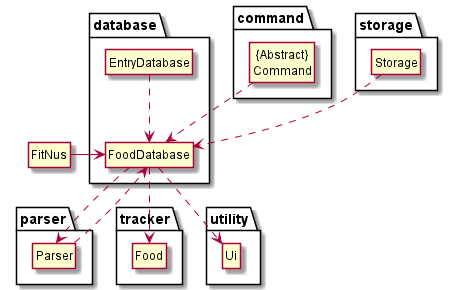
Above: docs/diagrams/FoodDatabase_Classes.png in praj-bellakka/tp (PlantUML), before the change.
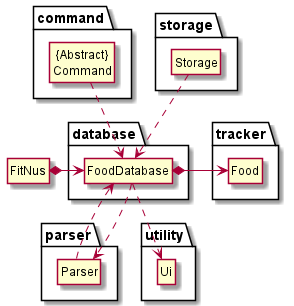
After the change.

What changed in the source:
```diff
@@ -15,7 +15,6 @@
 
 package database {
     class FoodDatabase
-    class EntryDatabase
 }
 
 package storage {
@@ -31,11 +30,10 @@
 }
 
 Storage ..> FoodDatabase
-FitNus -> FoodDatabase
-EntryDatabase ..> FoodDatabase
+FitNus *-> FoodDatabase
 "{Abstract}\nCommand" ..> FoodDatabase
 Parser ..> FoodDatabase
 FoodDatabase ..> Parser
-FoodDatabase ..> Food
+FoodDatabase *-> Food
 FoodDatabase ..> Ui
 @enduml
```
